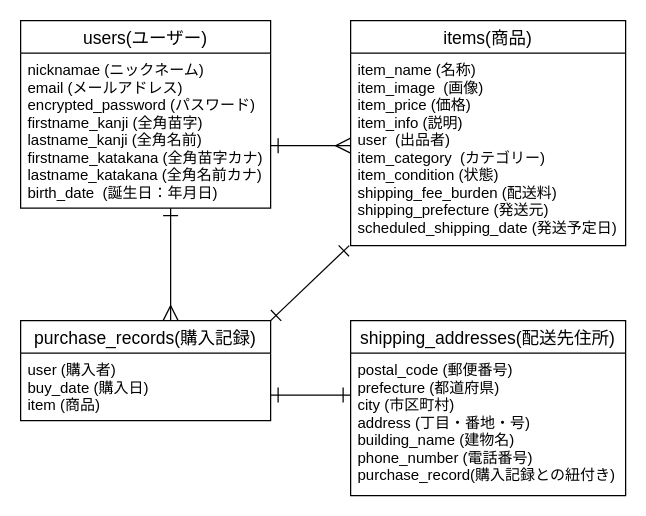
The draw.io diagram ER.dio in Saiki-san/furima-31631, before the edit. Source tidied: cells renumbered, new cells numbered last; positions are measured from the earlier drawing's top-left corner, leaving out a move shared by most shapes. Both pictures are drawn from the tidied source at 125%, with x=0, y=0 at pixel (20, 20).
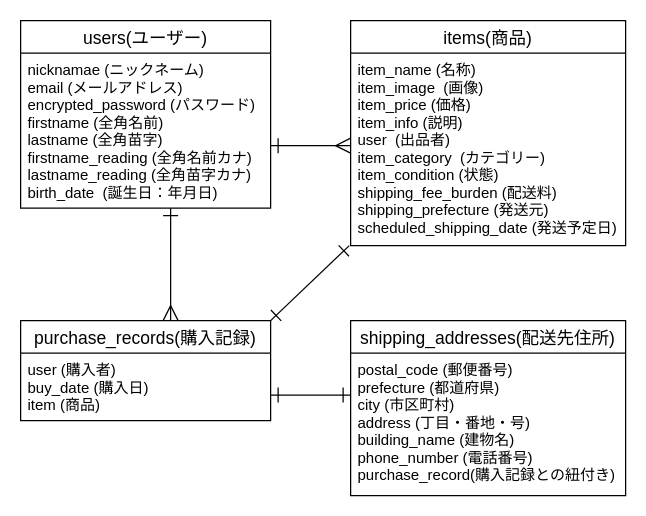
After the change.

The edit, as a diff of the source:
```diff
@@
 <mxGraphModel>
   <root>
     <mxCell id="0" />
     <mxCell id="1" parent="0" />
     <mxCell id="2" value="users(ユーザー)" style="swimlane;fontStyle=0;horizontal=1;startSize=26;align=center;fontSize=14;" parent="1" vertex="1">
       <mxGeometry width="200" height="150" as="geometry" />
     </mxCell>
     <mxCell id="3" value="purchase_records(購入記録)" style="swimlane;fontStyle=0;horizontal=1;startSize=26;align=center;fontSize=14;" parent="1" vertex="1">
       <mxGeometry y="240" width="200" height="80" as="geometry" />
     </mxCell>
     <mxCell id="4" value="user (購入者)&#10;buy_date (購入日)&#10;item (商品)" style="text;strokeColor=none;fillColor=none;spacingLeft=4;spacingRight=4;overflow=hidden;fontSize=12;" parent="3" vertex="1">
       <mxGeometry y="26" width="200" height="54" as="geometry" />
     </mxCell>
     <mxCell id="5" value="items(商品)" style="swimlane;fontStyle=0;horizontal=1;startSize=26;align=center;fontSize=14;" parent="1" vertex="1">
       <mxGeometry x="264" width="220" height="180" as="geometry" />
     </mxCell>
     <mxCell id="6" value="item_name (名称)&#10;item_image  (画像)&#10;item_price (価格)&#10;item_info (説明)&#10;user  (出品者)&#10;item_category  (カテゴリー)&#10;item_condition (状態)&#10;shipping_fee_burden (配送料)&#10;shipping_prefecture (発送元)&#10;scheduled_shipping_date (発送予定日)" style="text;strokeColor=none;fillColor=none;spacingLeft=4;spacingRight=4;overflow=hidden;points=[[0,0.5],[1,0.5]];portConstraint=eastwest;fontSize=12;" parent="5" vertex="1">
       <mxGeometry y="26" width="220" height="154" as="geometry" />
     </mxCell>
     <mxCell id="7" value="shipping_addresses(配送先住所)" style="swimlane;fontStyle=0;horizontal=1;startSize=26;align=center;fontSize=14;" parent="1" vertex="1">
       <mxGeometry x="264" y="240" width="220" height="140" as="geometry" />
     </mxCell>
     <mxCell id="8" value="postal_code (郵便番号)&#10;prefecture (都道府県)&#10;city (市区町村)&#10;address (丁目・番地・号)&#10;building_name (建物名)&#10;phone_number (電話番号)&#10;purchase_record(購入記録との紐付き)" style="text;strokeColor=none;fillColor=none;spacingLeft=4;spacingRight=4;overflow=hidden;fontSize=12;" parent="7" vertex="1">
       <mxGeometry y="26" width="220" height="114" as="geometry" />
     </mxCell>
     <mxCell id="9" style="edgeStyle=none;rounded=0;orthogonalLoop=1;jettySize=auto;html=1;exitX=1;exitY=0.5;exitDx=0;exitDy=0;entryX=0;entryY=0.5;entryDx=0;entryDy=0;startArrow=ERone;startFill=0;endArrow=ERmany;endFill=0;strokeWidth=1;endSize=10;startSize=10;targetPerimeterSpacing=6;sourcePerimeterSpacing=6;" parent="1" edge="1">
       <mxGeometry relative="1" as="geometry">
         <mxPoint x="200" y="100" as="sourcePoint" />
         <mxPoint x="264" y="100" as="targetPoint" />
       </mxGeometry>
     </mxCell>
-    <mxCell id="10" value="nicknamae (ニックネーム)&#10;email (メールアドレス)&#10;encrypted_password (パスワード)&#10;firstname_kanji (全角苗字)&#10;lastname_kanji (全角名前)&#10;firstname_katakana (全角苗字カナ)&#10;lastname_katakana (全角名前カナ)&#10;birth_date  (誕生日：年月日)" style="text;strokeColor=none;fillColor=none;spacingLeft=4;spacingRight=4;overflow=hidden;fontSize=12;" parent="1" vertex="1">
+    <mxCell id="10" value="nicknamae (ニックネーム)&#10;email (メールアドレス)&#10;encrypted_password (パスワード)&#10;firstname (全角名前)&#10;lastname (全角苗字)&#10;firstname_reading (全角名前カナ)&#10;lastname_reading (全角苗字カナ)&#10;birth_date  (誕生日：年月日)" style="text;strokeColor=none;fillColor=none;spacingLeft=4;spacingRight=4;overflow=hidden;fontSize=12;" parent="1" vertex="1">
       <mxGeometry y="26" width="200" height="124" as="geometry" />
     </mxCell>
     <mxCell id="11" style="edgeStyle=none;rounded=0;orthogonalLoop=1;jettySize=auto;html=1;startArrow=ERone;startFill=0;endArrow=ERmany;endFill=0;strokeWidth=1;endSize=10;startSize=10;targetPerimeterSpacing=6;sourcePerimeterSpacing=6;" parent="1" edge="1">
       <mxGeometry relative="1" as="geometry">
         <mxPoint x="120" y="150" as="sourcePoint" />
         <mxPoint x="120" y="240" as="targetPoint" />
       </mxGeometry>
     </mxCell>
     <mxCell id="12" style="edgeStyle=none;rounded=0;orthogonalLoop=1;jettySize=auto;html=1;exitX=1;exitY=0.5;exitDx=0;exitDy=0;entryX=0;entryY=0.5;entryDx=0;entryDy=0;startArrow=ERone;startFill=0;endArrow=ERone;endFill=0;strokeWidth=1;endSize=10;startSize=10;targetPerimeterSpacing=6;sourcePerimeterSpacing=6;" parent="1" edge="1">
       <mxGeometry relative="1" as="geometry">
         <mxPoint x="200" y="299.5" as="sourcePoint" />
         <mxPoint x="264" y="299.5" as="targetPoint" />
       </mxGeometry>
     </mxCell>
     <mxCell id="13" style="edgeStyle=none;rounded=0;jettySize=auto;html=1;exitX=-0.005;exitY=1;exitDx=0;exitDy=0;startArrow=ERone;startFill=0;endArrow=ERone;endFill=0;strokeWidth=1;endSize=10;startSize=10;targetPerimeterSpacing=6;sourcePerimeterSpacing=6;entryX=1;entryY=0;entryDx=0;entryDy=0;exitPerimeter=0;" parent="1" edge="1" source="6" target="3">
       <mxGeometry relative="1" as="geometry" />
     </mxCell>
   </root>
 </mxGraphModel>
```
